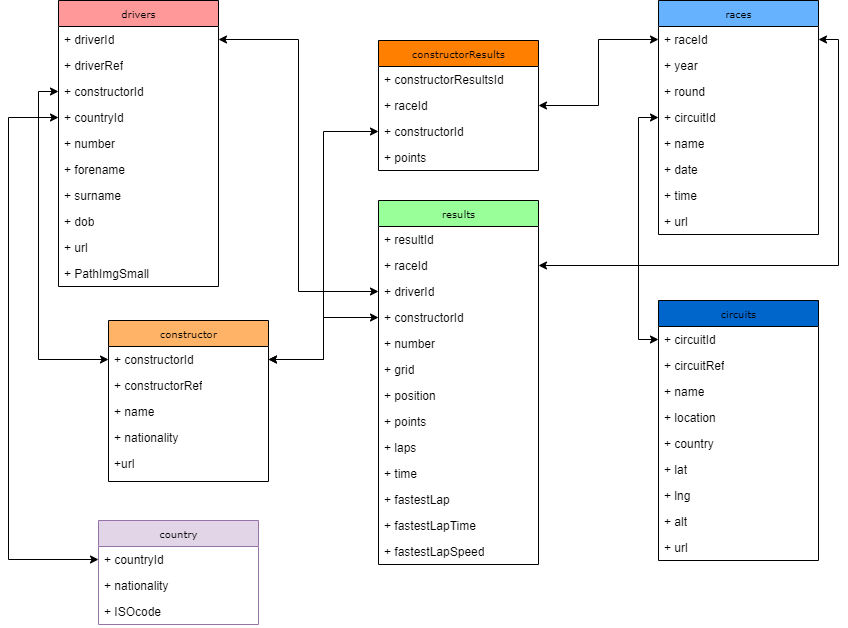
Mihai-Canea/FormulaOneStudio keeps this draw.io diagram as Assets/image/diagrams.png. Above is the earlier version. Source tidied: cells renumbered, new cells last; positions are measured from the earlier drawing's top-left corner, leaving out a move shared by most shapes.
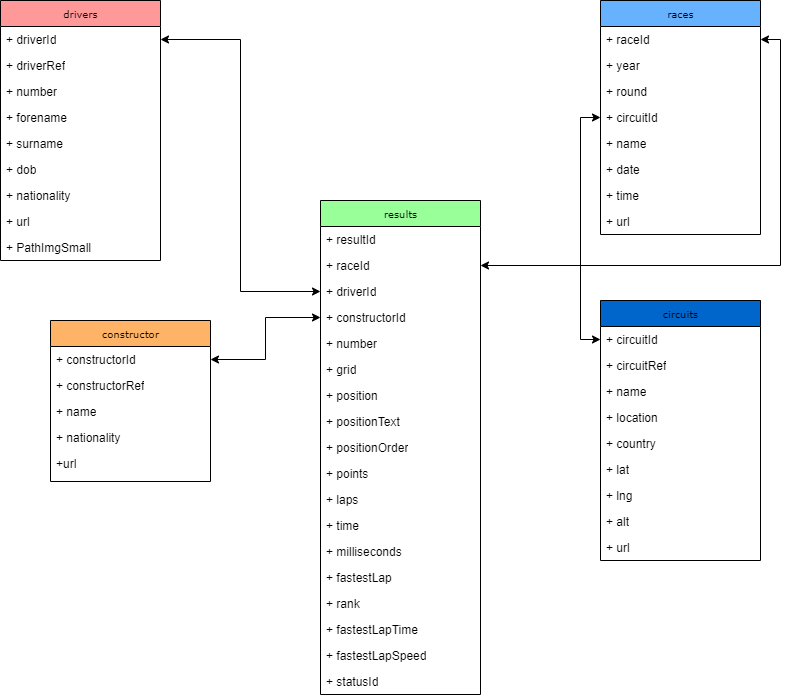
The same file after the commit.

Diff of the diagram source:
```diff
@@ -3,7 +3,7 @@
     <mxCell id="0" />
     <mxCell id="1" parent="0" />
     <mxCell id="2" value="drivers" style="swimlane;html=1;fontStyle=0;horizontal=1;startSize=26;fillColor=#FF9999;swimlaneFillColor=#ffffff;rounded=0;shadow=0;comic=0;labelBackgroundColor=none;strokeWidth=1;fontFamily=Verdana;fontSize=10;align=center;" parent="1" vertex="1">
-      <mxGeometry x="50" width="160" height="286" as="geometry" />
+      <mxGeometry x="50" width="160" height="260" as="geometry" />
     </mxCell>
     <mxCell id="3" value="+ driverId" style="text;html=1;strokeColor=none;fillColor=none;align=left;verticalAlign=top;spacingLeft=4;spacingRight=4;whiteSpace=wrap;overflow=hidden;points=[[0,0.5],[1,0.5]];portConstraint=eastwest;" parent="2" vertex="1">
       <mxGeometry y="26" width="160" height="26" as="geometry" />
@@ -11,29 +11,26 @@
     <mxCell id="4" value="+ driverRef" style="text;html=1;strokeColor=none;fillColor=none;align=left;verticalAlign=top;spacingLeft=4;spacingRight=4;whiteSpace=wrap;overflow=hidden;" parent="2" vertex="1">
       <mxGeometry y="52" width="160" height="26" as="geometry" />
     </mxCell>
-    <mxCell id="5" value="+ constructorId" style="text;html=1;strokeColor=none;fillColor=none;align=left;verticalAlign=top;spacingLeft=4;spacingRight=4;whiteSpace=wrap;overflow=hidden;points=[[0,0.5],[1,0.5]];portConstraint=eastwest;" parent="2" vertex="1">
-      <mxGeometry y="78" width="160" height="26" as="geometry" />
-    </mxCell>
-    <mxCell id="6" value="+ countryId" style="text;html=1;strokeColor=none;fillColor=none;align=left;verticalAlign=top;spacingLeft=4;spacingRight=4;whiteSpace=wrap;overflow=hidden;points=[[0,0.5],[1,0.5]];portConstraint=eastwest;" parent="2" vertex="1">
-      <mxGeometry y="104" width="160" height="26" as="geometry" />
-    </mxCell>
     <mxCell id="7" value="+ number" style="text;html=1;strokeColor=none;fillColor=none;align=left;verticalAlign=top;spacingLeft=4;spacingRight=4;whiteSpace=wrap;overflow=hidden;" parent="2" vertex="1">
-      <mxGeometry y="130" width="160" height="26" as="geometry" />
+      <mxGeometry y="78" width="160" height="26" as="geometry" />
     </mxCell>
     <mxCell id="8" value="+ forename" style="text;html=1;strokeColor=none;fillColor=none;align=left;verticalAlign=top;spacingLeft=4;spacingRight=4;whiteSpace=wrap;overflow=hidden;" parent="2" vertex="1">
-      <mxGeometry y="156" width="160" height="26" as="geometry" />
+      <mxGeometry y="104" width="160" height="26" as="geometry" />
     </mxCell>
     <mxCell id="9" value="+ surname" style="text;html=1;strokeColor=none;fillColor=none;align=left;verticalAlign=top;spacingLeft=4;spacingRight=4;whiteSpace=wrap;overflow=hidden;" parent="2" vertex="1">
-      <mxGeometry y="182" width="160" height="26" as="geometry" />
+      <mxGeometry y="130" width="160" height="26" as="geometry" />
     </mxCell>
     <mxCell id="10" value="+ dob" style="text;html=1;strokeColor=none;fillColor=none;align=left;verticalAlign=top;spacingLeft=4;spacingRight=4;whiteSpace=wrap;overflow=hidden;" parent="2" vertex="1">
-      <mxGeometry y="208" width="160" height="26" as="geometry" />
+      <mxGeometry y="156" width="160" height="26" as="geometry" />
     </mxCell>
+    <mxCell id="6" value="+ nationality" style="text;html=1;strokeColor=none;fillColor=none;align=left;verticalAlign=top;spacingLeft=4;spacingRight=4;whiteSpace=wrap;overflow=hidden;points=[[0,0.5],[1,0.5]];portConstraint=eastwest;" parent="2" vertex="1">
+      <mxGeometry y="182" width="160" height="26" as="geometry" />
+    </mxCell>
     <mxCell id="11" value="+ url" style="text;html=1;strokeColor=none;fillColor=none;align=left;verticalAlign=top;spacingLeft=4;spacingRight=4;whiteSpace=wrap;overflow=hidden;" parent="2" vertex="1">
-      <mxGeometry y="234" width="160" height="26" as="geometry" />
+      <mxGeometry y="208" width="160" height="26" as="geometry" />
     </mxCell>
     <mxCell id="12" value="+ PathImgSmall" style="text;html=1;strokeColor=none;fillColor=none;align=left;verticalAlign=top;spacingLeft=4;spacingRight=4;whiteSpace=wrap;overflow=hidden;" parent="2" vertex="1">
-      <mxGeometry y="260" width="160" height="26" as="geometry" />
+      <mxGeometry y="234" width="160" height="26" as="geometry" />
     </mxCell>
     <mxCell id="13" value="races" style="swimlane;html=1;fontStyle=0;horizontal=1;startSize=26;fillColor=#66B2FF;swimlaneFillColor=#ffffff;rounded=0;shadow=0;comic=0;labelBackgroundColor=none;strokeWidth=1;fontFamily=Verdana;fontSize=10;align=center;" parent="1" vertex="1">
       <mxGeometry x="650" width="160" height="234" as="geometry" />
@@ -75,7 +72,7 @@
       <mxGeometry relative="1" as="geometry" />
     </mxCell>
     <mxCell id="26" value="results" style="swimlane;html=1;fontStyle=0;horizontal=1;startSize=26;fillColor=#99FF99;swimlaneFillColor=#ffffff;rounded=0;shadow=0;comic=0;labelBackgroundColor=none;strokeWidth=1;fontFamily=Verdana;fontSize=10;align=center;" parent="1" vertex="1">
-      <mxGeometry x="370" y="200" width="160" height="364" as="geometry" />
+      <mxGeometry x="370" y="200" width="160" height="494" as="geometry" />
     </mxCell>
     <mxCell id="27" value="+ resultId" style="text;html=1;strokeColor=none;fillColor=none;align=left;verticalAlign=top;spacingLeft=4;spacingRight=4;whiteSpace=wrap;overflow=hidden;" parent="26" vertex="1">
       <mxGeometry y="26" width="160" height="26" as="geometry" />
@@ -98,27 +95,39 @@
     <mxCell id="33" value="+ position" style="text;html=1;strokeColor=none;fillColor=none;align=left;verticalAlign=top;spacingLeft=4;spacingRight=4;whiteSpace=wrap;overflow=hidden;" parent="26" vertex="1">
       <mxGeometry y="182" width="160" height="26" as="geometry" />
     </mxCell>
+    <mxCell id="69" value="+ positionText" style="text;html=1;strokeColor=none;fillColor=none;align=left;verticalAlign=top;spacingLeft=4;spacingRight=4;whiteSpace=wrap;overflow=hidden;" parent="26" vertex="1">
+      <mxGeometry y="208" width="160" height="26" as="geometry" />
+    </mxCell>
+    <mxCell id="70" value="+ positionOrder" style="text;html=1;strokeColor=none;fillColor=none;align=left;verticalAlign=top;spacingLeft=4;spacingRight=4;whiteSpace=wrap;overflow=hidden;" parent="26" vertex="1">
+      <mxGeometry y="234" width="160" height="26" as="geometry" />
+    </mxCell>
     <mxCell id="34" value="+ points" style="text;html=1;strokeColor=none;fillColor=none;align=left;verticalAlign=top;spacingLeft=4;spacingRight=4;whiteSpace=wrap;overflow=hidden;" parent="26" vertex="1">
-      <mxGeometry y="208" width="160" height="26" as="geometry" />
+      <mxGeometry y="260" width="160" height="26" as="geometry" />
     </mxCell>
     <mxCell id="35" value="+ laps" style="text;html=1;strokeColor=none;fillColor=none;align=left;verticalAlign=top;spacingLeft=4;spacingRight=4;whiteSpace=wrap;overflow=hidden;" parent="26" vertex="1">
-      <mxGeometry y="234" width="160" height="26" as="geometry" />
+      <mxGeometry y="286" width="160" height="26" as="geometry" />
     </mxCell>
     <mxCell id="36" value="+ time" style="text;html=1;strokeColor=none;fillColor=none;align=left;verticalAlign=top;spacingLeft=4;spacingRight=4;whiteSpace=wrap;overflow=hidden;" parent="26" vertex="1">
-      <mxGeometry y="260" width="160" height="26" as="geometry" />
+      <mxGeometry y="312" width="160" height="26" as="geometry" />
     </mxCell>
+    <mxCell id="71" value="+ milliseconds" style="text;html=1;strokeColor=none;fillColor=none;align=left;verticalAlign=top;spacingLeft=4;spacingRight=4;whiteSpace=wrap;overflow=hidden;" parent="26" vertex="1">
+      <mxGeometry y="338" width="160" height="26" as="geometry" />
+    </mxCell>
     <mxCell id="37" value="+ fastestLap" style="text;html=1;strokeColor=none;fillColor=none;align=left;verticalAlign=top;spacingLeft=4;spacingRight=4;whiteSpace=wrap;overflow=hidden;" parent="26" vertex="1">
-      <mxGeometry y="286" width="160" height="26" as="geometry" />
+      <mxGeometry y="364" width="160" height="26" as="geometry" />
     </mxCell>
+    <mxCell id="72" value="+ rank" style="text;html=1;strokeColor=none;fillColor=none;align=left;verticalAlign=top;spacingLeft=4;spacingRight=4;whiteSpace=wrap;overflow=hidden;" parent="26" vertex="1">
+      <mxGeometry y="390" width="160" height="26" as="geometry" />
+    </mxCell>
     <mxCell id="38" value="+&amp;nbsp;fastestLapTime" style="text;html=1;strokeColor=none;fillColor=none;align=left;verticalAlign=top;spacingLeft=4;spacingRight=4;whiteSpace=wrap;overflow=hidden;" parent="26" vertex="1">
-      <mxGeometry y="312" width="160" height="26" as="geometry" />
+      <mxGeometry y="416" width="160" height="26" as="geometry" />
     </mxCell>
     <mxCell id="39" value="+&amp;nbsp;fastestLapSpeed" style="text;html=1;strokeColor=none;fillColor=none;align=left;verticalAlign=top;spacingLeft=4;spacingRight=4;whiteSpace=wrap;overflow=hidden;" parent="26" vertex="1">
-      <mxGeometry y="338" width="160" height="26" as="geometry" />
+      <mxGeometry y="442" width="160" height="26" as="geometry" />
     </mxCell>
-    <mxCell id="40" style="edgeStyle=orthogonalEdgeStyle;rounded=0;jettySize=auto;html=1;entryX=0;entryY=0.5;entryDx=0;entryDy=0;endArrow=classic;endFill=1;startArrow=classic;startFill=1;" parent="1" edge="1" source="53" target="14">
-      <mxGeometry relative="1" as="geometry" />
-    </mxCell>
+    <mxCell id="73" value="+ statusId" style="text;html=1;strokeColor=none;fillColor=none;align=left;verticalAlign=top;spacingLeft=4;spacingRight=4;whiteSpace=wrap;overflow=hidden;" parent="26" vertex="1">
+      <mxGeometry y="468" width="160" height="26" as="geometry" />
+    </mxCell>
     <mxCell id="41" value="circuits" style="swimlane;html=1;fontStyle=0;horizontal=1;startSize=26;fillColor=#0066CC;swimlaneFillColor=#ffffff;rounded=0;shadow=0;comic=0;labelBackgroundColor=none;strokeWidth=1;fontFamily=Verdana;fontSize=10;align=center;" parent="1" vertex="1">
       <mxGeometry x="650" y="300" width="160" height="260" as="geometry" />
     </mxCell>
@@ -149,24 +158,6 @@
     <mxCell id="50" value="+ url" style="text;html=1;strokeColor=none;fillColor=none;align=left;verticalAlign=top;spacingLeft=4;spacingRight=4;whiteSpace=wrap;overflow=hidden;" parent="41" vertex="1">
       <mxGeometry y="234" width="160" height="26" as="geometry" />
     </mxCell>
-    <mxCell id="51" value="&lt;div&gt;constructorResults&lt;/div&gt;" style="swimlane;html=1;fontStyle=0;horizontal=1;startSize=26;fillColor=#FF8000;swimlaneFillColor=#ffffff;rounded=0;shadow=0;comic=0;labelBackgroundColor=none;strokeWidth=1;fontFamily=Verdana;fontSize=10;align=center;" parent="1" vertex="1">
-      <mxGeometry x="370" y="40" width="160" height="130" as="geometry" />
-    </mxCell>
-    <mxCell id="52" value="+ constructorResultsId" style="text;html=1;strokeColor=none;fillColor=none;align=left;verticalAlign=top;spacingLeft=4;spacingRight=4;whiteSpace=wrap;overflow=hidden;" parent="51" vertex="1">
-      <mxGeometry y="26" width="160" height="26" as="geometry" />
-    </mxCell>
-    <mxCell id="53" value="&lt;div&gt;+ raceId&lt;br&gt;&lt;/div&gt;" style="text;html=1;strokeColor=none;fillColor=none;align=left;verticalAlign=top;spacingLeft=4;spacingRight=4;whiteSpace=wrap;overflow=hidden;points=[[0,0.5],[1,0.5]];portConstraint=eastwest;" parent="51" vertex="1">
-      <mxGeometry y="52" width="160" height="26" as="geometry" />
-    </mxCell>
-    <mxCell id="54" value="+ constructorId" style="text;html=1;strokeColor=none;fillColor=none;align=left;verticalAlign=top;spacingLeft=4;spacingRight=4;whiteSpace=wrap;overflow=hidden;points=[[0,0.5],[1,0.5]];portConstraint=eastwest;" parent="51" vertex="1">
-      <mxGeometry y="78" width="160" height="26" as="geometry" />
-    </mxCell>
-    <mxCell id="55" value="+ points" style="text;html=1;strokeColor=none;fillColor=none;align=left;verticalAlign=top;spacingLeft=4;spacingRight=4;whiteSpace=wrap;overflow=hidden;" parent="51" vertex="1">
-      <mxGeometry y="104" width="160" height="26" as="geometry" />
-    </mxCell>
-    <mxCell id="56" style="edgeStyle=orthogonalEdgeStyle;rounded=0;jettySize=auto;html=1;exitX=0;exitY=0.5;exitDx=0;exitDy=0;entryX=1;entryY=0.5;entryDx=0;entryDy=0;startArrow=classic;startFill=1;endArrow=classic;endFill=1;" parent="1" edge="1" source="54" target="58">
-      <mxGeometry relative="1" as="geometry" />
-    </mxCell>
     <mxCell id="57" value="constructor" style="swimlane;html=1;fontStyle=0;horizontal=1;startSize=26;fillColor=#FFB366;swimlaneFillColor=#ffffff;rounded=0;shadow=0;comic=0;labelBackgroundColor=none;strokeWidth=1;fontFamily=Verdana;fontSize=10;align=center;" parent="1" vertex="1">
       <mxGeometry x="100" y="320" width="160" height="161" as="geometry" />
     </mxCell>
@@ -185,28 +176,5 @@
     <mxCell id="62" value="&lt;div&gt;+url&lt;/div&gt;" style="text;html=1;strokeColor=none;fillColor=none;align=left;verticalAlign=top;spacingLeft=4;spacingRight=4;whiteSpace=wrap;overflow=hidden;" parent="57" vertex="1">
       <mxGeometry y="130" width="160" height="26" as="geometry" />
     </mxCell>
-    <mxCell id="63" style="edgeStyle=orthogonalEdgeStyle;rounded=0;jettySize=auto;html=1;exitX=0;exitY=0.5;exitDx=0;exitDy=0;entryX=0;entryY=0.5;entryDx=0;entryDy=0;startArrow=classic;startFill=1;" parent="1" edge="1" source="5" target="58">
-      <mxGeometry relative="1" as="geometry" />
-    </mxCell>
-    <mxCell id="64" value="country" style="swimlane;html=1;fontStyle=0;horizontal=1;startSize=26;fillColor=#e1d5e7;swimlaneFillColor=#ffffff;rounded=0;shadow=0;comic=0;labelBackgroundColor=none;strokeWidth=1;fontFamily=Verdana;fontSize=10;align=center;strokeColor=#9673a6;" parent="1" vertex="1">
-      <mxGeometry x="90" y="520" width="160" height="104" as="geometry" />
-    </mxCell>
-    <mxCell id="65" value="+ countryId" style="text;html=1;strokeColor=none;fillColor=none;align=left;verticalAlign=top;spacingLeft=4;spacingRight=4;whiteSpace=wrap;overflow=hidden;points=[[0,0.5],[1,0.5]];portConstraint=eastwest;" parent="64" vertex="1">
-      <mxGeometry y="26" width="160" height="26" as="geometry" />
-    </mxCell>
-    <mxCell id="66" value="&lt;div&gt;+ nationality&lt;/div&gt;" style="text;html=1;strokeColor=none;fillColor=none;align=left;verticalAlign=top;spacingLeft=4;spacingRight=4;whiteSpace=wrap;overflow=hidden;" parent="64" vertex="1">
-      <mxGeometry y="52" width="160" height="26" as="geometry" />
-    </mxCell>
-    <mxCell id="67" value="+ ISOcode" style="text;html=1;strokeColor=none;fillColor=none;align=left;verticalAlign=top;spacingLeft=4;spacingRight=4;whiteSpace=wrap;overflow=hidden;" parent="64" vertex="1">
-      <mxGeometry y="78" width="160" height="26" as="geometry" />
-    </mxCell>
-    <mxCell id="68" style="edgeStyle=orthogonalEdgeStyle;rounded=0;jettySize=auto;html=1;exitX=0;exitY=0.5;exitDx=0;exitDy=0;entryX=0;entryY=0.5;entryDx=0;entryDy=0;startArrow=classic;startFill=1;" parent="1" edge="1" source="6" target="65">
-      <mxGeometry relative="1" as="geometry">
-        <Array as="points">
-          <mxPoint y="117" />
-          <mxPoint y="559" />
-        </Array>
-      </mxGeometry>
-    </mxCell>
   </root>
 </mxGraphModel>
```
